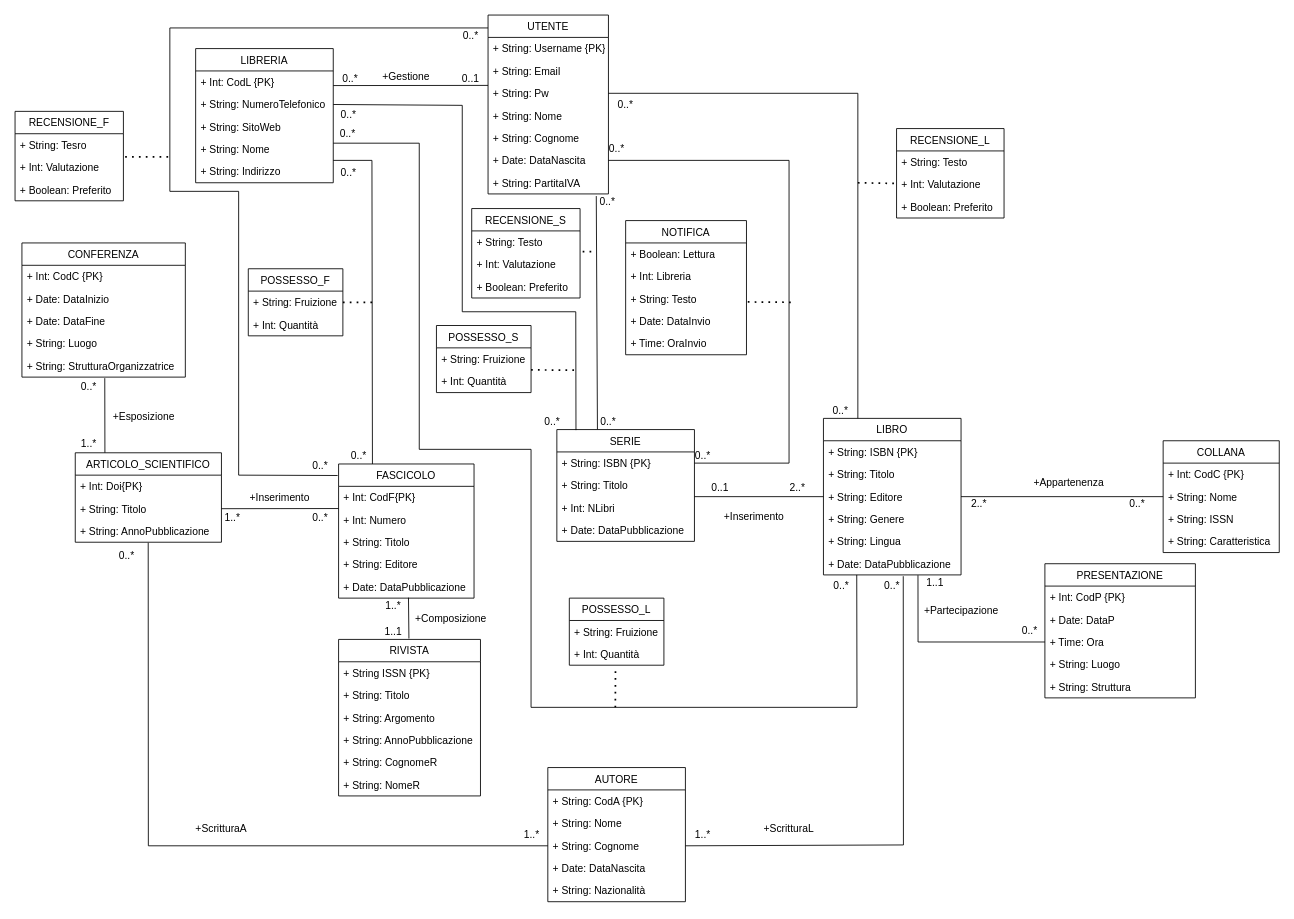
Before: page "Pagina-1" (1 of 2) of DiagrammaUML(ristrutturato).drawio in Giovk/Sistema-di-una-Bibleoteca-Digitale, a draw.io diagram. Source tidied: cells renumbered, new cells numbered last; positions are measured from the earlier drawing's top-left corner, leaving out a move shared by most shapes. Both pictures are drawn from the tidied source at 86%, with x=0, y=0 at pixel (15, 15).
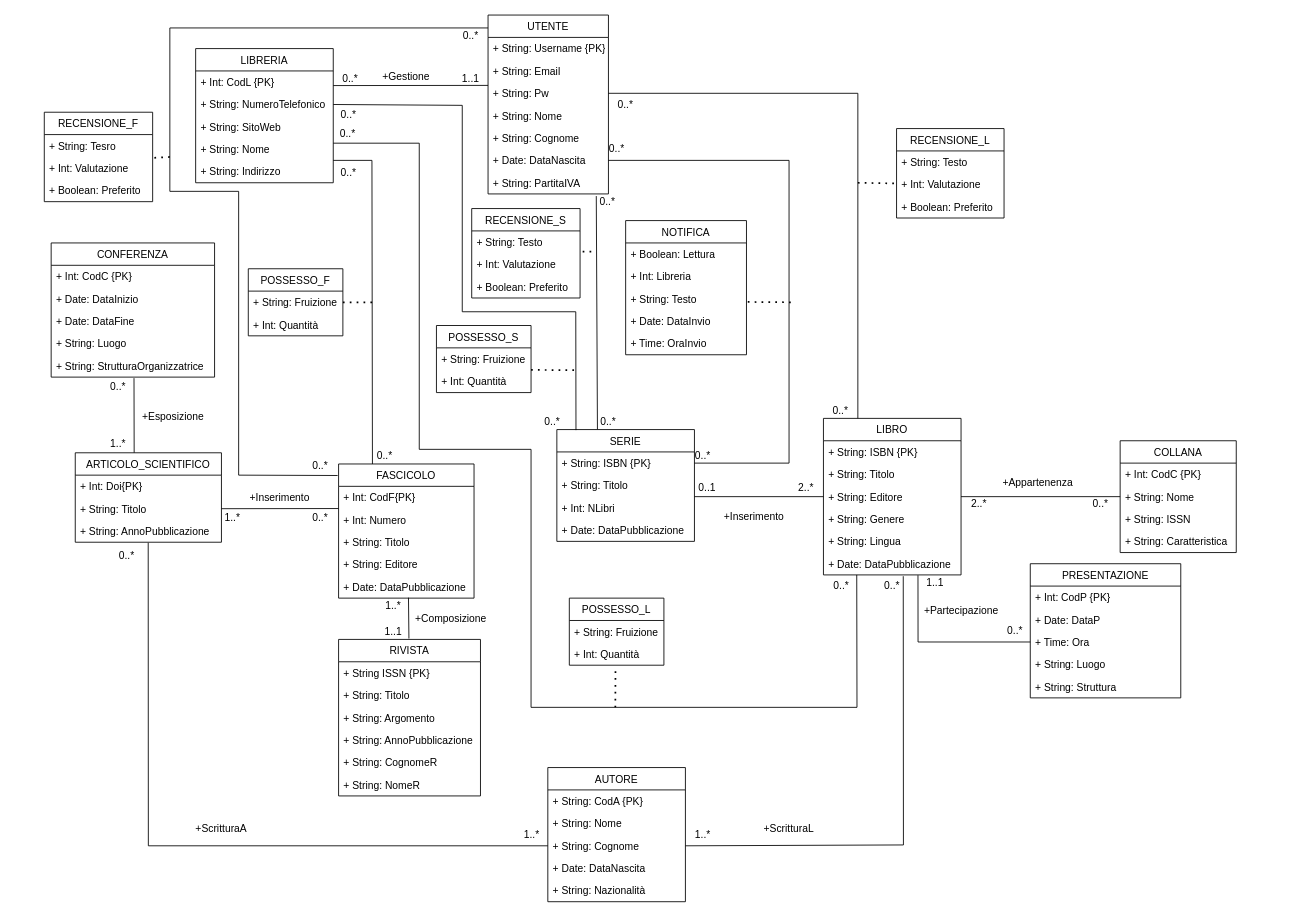
Above is the later version.

The change refers to these unchanged cells:
```xml
<mxCell id="109" value="+ String: StrutturaOrganizzatrice" style="text;strokeColor=none;fillColor=none;align=left;verticalAlign=top;spacingLeft=4;spacingRight=4;overflow=hidden;points=[[0,0.5],[1,0.5]];portConstraint=eastwest;" parent="104" vertex="1">
  <mxGeometry y="130" width="190" height="26" as="geometry" />
</mxCell>
```

What changed in the source:
```diff
@@
-    <mxCell id="18" value="0..1" style="text;html=1;strokeColor=none;fillColor=none;align=center;verticalAlign=middle;whiteSpace=wrap;rounded=0;" parent="1" vertex="1">
+    <mxCell id="18" value="1..1" style="text;html=1;strokeColor=none;fillColor=none;align=center;verticalAlign=middle;whiteSpace=wrap;rounded=0;" parent="1" vertex="1">
       <mxGeometry x="500" y="65" width="60" height="18" as="geometry" />
     </mxCell>
@@
     <mxCell id="34" value="RECENSIONE_F" style="swimlane;fontStyle=0;horizontal=1;startSize=26;fillColor=none;" parent="1" vertex="1">
-      <mxGeometry y="112" width="126" height="104" as="geometry" />
+      <mxGeometry x="34" y="113" width="126" height="104" as="geometry" />
     </mxCell>
@@
     <mxCell id="78" value="COLLANA" style="swimlane;fontStyle=0;horizontal=1;startSize=26;fillColor=none;" parent="1" vertex="1">
-      <mxGeometry x="1335" y="495" width="135" height="130" as="geometry" />
+      <mxGeometry x="1285" y="495" width="135" height="130" as="geometry" />
     </mxCell>
@@
     <mxCell id="84" value="0..*" style="text;html=1;strokeColor=none;fillColor=none;align=center;verticalAlign=middle;whiteSpace=wrap;rounded=0;" parent="1" vertex="1">
-      <mxGeometry x="1275" y="559.5" width="60" height="18" as="geometry" />
+      <mxGeometry x="1240" y="559.5" width="45" height="18" as="geometry" />
     </mxCell>
@@
     <mxCell id="87" value="2..*" style="text;html=1;strokeColor=none;fillColor=none;align=center;verticalAlign=middle;whiteSpace=wrap;rounded=0;" parent="1" vertex="1">
-      <mxGeometry x="880" y="541" width="60" height="18" as="geometry" />
+      <mxGeometry x="900" y="541" width="40" height="18" as="geometry" />
     </mxCell>
     <mxCell id="88" value="0..1" style="text;html=1;strokeColor=none;fillColor=none;align=center;verticalAlign=middle;whiteSpace=wrap;rounded=0;" parent="1" vertex="1">
-      <mxGeometry x="790" y="541" width="60" height="18" as="geometry" />
+      <mxGeometry x="790" y="541" width="30" height="18" as="geometry" />
     </mxCell>
     <mxCell id="89" value="PRESENTAZIONE" style="swimlane;fontStyle=0;horizontal=1;startSize=26;fillColor=none;" parent="1" vertex="1">
-      <mxGeometry x="1197.5" y="638" width="175" height="156" as="geometry" />
+      <mxGeometry x="1180.5" y="638" width="175" height="156" as="geometry" />
     </mxCell>
@@
     <mxCell id="97" value="0..*" style="text;html=1;strokeColor=none;fillColor=none;align=center;verticalAlign=middle;whiteSpace=wrap;rounded=0;" parent="1" vertex="1">
-      <mxGeometry x="1150" y="707" width="60" height="18" as="geometry" />
+      <mxGeometry x="1133" y="707" width="60" height="18" as="geometry" />
     </mxCell>
@@
     <mxCell id="104" value="CONFERENZA" style="swimlane;fontStyle=0;horizontal=1;startSize=26;fillColor=none;" parent="1" vertex="1">
-      <mxGeometry x="8" y="265" width="190" height="156" as="geometry" />
+      <mxGeometry x="42" y="265" width="190" height="156" as="geometry" />
     </mxCell>
@@
     <mxCell id="110" style="endArrow=none;html=1;rounded=0;entryX=0.462;entryY=-0.001;entryDx=0;entryDy=0;entryPerimeter=0;exitX=0.507;exitY=1.046;exitDx=0;exitDy=0;exitPerimeter=0;" parent="1" edge="1" source="109">
       <mxGeometry relative="1" as="geometry">
-        <mxPoint x="104.5" y="508.9" as="targetPoint" />
+        <mxPoint x="138.5" y="508.9" as="targetPoint" />
       </mxGeometry>
     </mxCell>
     <mxCell id="111" value="+Esposizione" style="text;html=1;strokeColor=none;fillColor=none;align=center;verticalAlign=middle;whiteSpace=wrap;rounded=0;" parent="1" vertex="1">
-      <mxGeometry x="100" y="452" width="100" height="30" as="geometry" />
+      <mxGeometry x="134" y="452" width="100" height="30" as="geometry" />
     </mxCell>
@@
     <mxCell id="113" value="1..*" style="text;html=1;strokeColor=none;fillColor=none;align=center;verticalAlign=middle;whiteSpace=wrap;rounded=0;" parent="1" vertex="1">
-      <mxGeometry x="56" y="490" width="60" height="18" as="geometry" />
+      <mxGeometry x="90" y="490" width="60" height="18" as="geometry" />
     </mxCell>
     <mxCell id="114" value="0..*" style="text;html=1;strokeColor=none;fillColor=none;align=center;verticalAlign=middle;whiteSpace=wrap;rounded=0;" parent="1" vertex="1">
-      <mxGeometry x="56" y="423" width="60" height="18" as="geometry" />
+      <mxGeometry x="90" y="423" width="60" height="18" as="geometry" />
     </mxCell>
@@
     <mxCell id="140" value="+Appartenenza" style="text;html=1;strokeColor=none;fillColor=none;align=center;verticalAlign=middle;whiteSpace=wrap;rounded=0;" parent="1" vertex="1">
-      <mxGeometry x="1176" y="529" width="99" height="30" as="geometry" />
+      <mxGeometry x="1140" y="529" width="99" height="30" as="geometry" />
     </mxCell>
@@
     <mxCell id="144" value="0..*" style="text;html=1;strokeColor=none;fillColor=none;align=center;verticalAlign=middle;whiteSpace=wrap;rounded=0;" parent="1" vertex="1">
-      <mxGeometry x="370" y="504" width="60" height="18" as="geometry" />
+      <mxGeometry x="400" y="504" width="60" height="18" as="geometry" />
     </mxCell>
```
